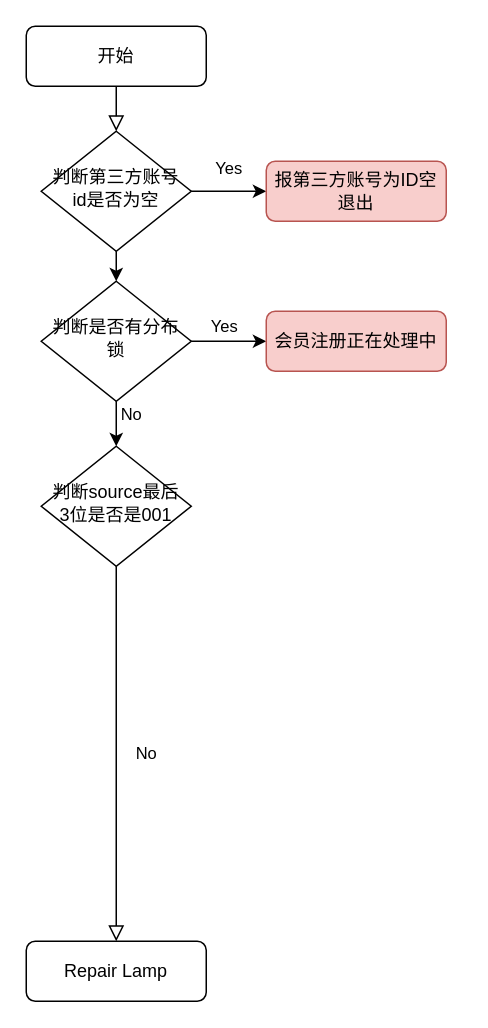
jimlyRin/my-drawio keeps this draw.io diagram as 注册.drawio. Above is the earlier version. Source tidied: cells renumbered, new cells numbered last; positions are measured from the earlier drawing's top-left corner, leaving out a move shared by most shapes. Both pictures are drawn from the tidied source at 150%, with x=0, y=0 at pixel (26, 26).
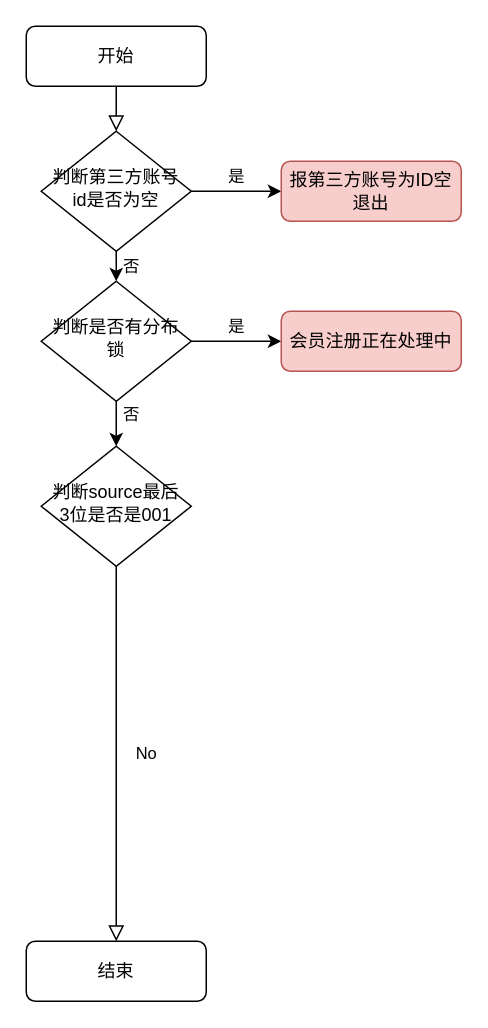
The same diagram, later.

What changed in the source:
```diff
@@
 <mxGraphModel>
   <root>
     <mxCell id="0" />
     <mxCell id="1" parent="0" />
     <mxCell id="2" style="rounded=0;html=1;jettySize=auto;fontSize=11;endArrow=block;endFill=0;endSize=8;strokeWidth=1;shadow=0;labelBackgroundColor=none;edgeStyle=orthogonalEdgeStyle;" parent="1" edge="1" source="3" target="6">
       <mxGeometry relative="1" as="geometry" />
     </mxCell>
     <mxCell id="3" value="开始" style="rounded=1;whiteSpace=wrap;html=1;fontSize=12;glass=0;strokeWidth=1;shadow=0;" parent="1" vertex="1">
       <mxGeometry width="120" height="40" as="geometry" />
     </mxCell>
-    <mxCell id="4" value="Yes" style="edgeStyle=orthogonalEdgeStyle;rounded=0;jettySize=auto;html=1;exitX=1;exitY=0.5;exitDx=0;exitDy=0;entryX=0;entryY=0.5;entryDx=0;entryDy=0;shadow=0;" parent="1" edge="1" source="6" target="7">
-      <mxGeometry y="15" relative="1" as="geometry" />
+    <mxCell id="4" value="是" style="edgeStyle=orthogonalEdgeStyle;rounded=0;jettySize=auto;html=1;exitX=1;exitY=0.5;exitDx=0;exitDy=0;entryX=0;entryY=0.5;entryDx=0;entryDy=0;shadow=0;" parent="1" edge="1" source="6" target="7">
+      <mxGeometry y="10" relative="1" as="geometry" />
     </mxCell>
-    <mxCell id="5" style="edgeStyle=orthogonalEdgeStyle;rounded=0;jettySize=auto;html=1;exitX=0.5;exitY=1;exitDx=0;exitDy=0;entryX=0.5;entryY=0;entryDx=0;entryDy=0;shadow=0;" parent="1" edge="1" source="6" target="14">
-      <mxGeometry relative="1" as="geometry" />
+    <mxCell id="5" value="否" style="edgeStyle=orthogonalEdgeStyle;rounded=0;jettySize=auto;html=1;exitX=0.5;exitY=1;exitDx=0;exitDy=0;entryX=0.5;entryY=0;entryDx=0;entryDy=0;shadow=0;" parent="1" edge="1" source="6" target="14">
+      <mxGeometry y="10" relative="1" as="geometry" />
     </mxCell>
     <mxCell id="6" value="判断第三方账号id是否为空" style="rhombus;whiteSpace=wrap;html=1;shadow=0;fontFamily=Helvetica;fontSize=12;align=center;strokeWidth=1;spacing=6;spacingTop=-4;" parent="1" vertex="1">
       <mxGeometry x="10" y="70" width="100" height="80" as="geometry" />
     </mxCell>
     <mxCell id="7" value="报第三方账号为ID空退出" style="rounded=1;whiteSpace=wrap;html=1;fontSize=12;glass=0;strokeWidth=1;shadow=0;fillColor=#f8cecc;strokeColor=#b85450;" parent="1" vertex="1">
-      <mxGeometry x="160" y="90" width="120" height="40" as="geometry" />
+      <mxGeometry x="170" y="90" width="120" height="40" as="geometry" />
     </mxCell>
     <mxCell id="8" value="No" style="rounded=0;html=1;jettySize=auto;fontSize=11;endArrow=block;endFill=0;endSize=8;strokeWidth=1;shadow=0;labelBackgroundColor=none;edgeStyle=orthogonalEdgeStyle;" parent="1" edge="1" source="10" target="11">
       <mxGeometry y="20" relative="1" as="geometry" />
     </mxCell>
-    <mxCell id="9" value="Yes" style="edgeStyle=orthogonalEdgeStyle;rounded=0;jettySize=auto;html=1;exitX=1;exitY=0.5;exitDx=0;exitDy=0;entryX=0;entryY=0.5;entryDx=0;entryDy=0;shadow=0;" parent="1" edge="1" source="14" target="12">
-      <mxGeometry x="-0.12" y="10" relative="1" as="geometry" />
+    <mxCell id="9" value="是" style="edgeStyle=orthogonalEdgeStyle;rounded=0;jettySize=auto;html=1;exitX=1;exitY=0.5;exitDx=0;exitDy=0;entryX=0;entryY=0.5;entryDx=0;entryDy=0;shadow=0;" parent="1" edge="1" source="14" target="12">
+      <mxGeometry y="10" relative="1" as="geometry" />
     </mxCell>
     <mxCell id="10" value="判断source最后3位是否是001" style="rhombus;whiteSpace=wrap;html=1;shadow=0;fontFamily=Helvetica;fontSize=12;align=center;strokeWidth=1;spacing=6;spacingTop=-4;" parent="1" vertex="1">
       <mxGeometry x="10" y="280" width="100" height="80" as="geometry" />
     </mxCell>
-    <mxCell id="11" value="Repair Lamp" style="rounded=1;whiteSpace=wrap;html=1;fontSize=12;glass=0;strokeWidth=1;shadow=0;" parent="1" vertex="1">
+    <mxCell id="11" value="结束" style="rounded=1;whiteSpace=wrap;html=1;fontSize=12;glass=0;strokeWidth=1;shadow=0;" parent="1" vertex="1">
       <mxGeometry y="610" width="120" height="40" as="geometry" />
     </mxCell>
     <mxCell id="12" value="会员注册正在处理中" style="rounded=1;whiteSpace=wrap;html=1;fontSize=12;glass=0;strokeWidth=1;shadow=0;fillColor=#f8cecc;strokeColor=#b85450;" parent="1" vertex="1">
-      <mxGeometry x="160" y="190" width="120" height="40" as="geometry" />
+      <mxGeometry x="170" y="190" width="120" height="40" as="geometry" />
     </mxCell>
-    <mxCell id="13" value="No" style="edgeStyle=orthogonalEdgeStyle;rounded=0;jettySize=auto;html=1;exitX=0.5;exitY=1;exitDx=0;exitDy=0;shadow=0;" parent="1" edge="1" source="14" target="10">
+    <mxCell id="13" value="否" style="edgeStyle=orthogonalEdgeStyle;rounded=0;jettySize=auto;html=1;exitX=0.5;exitY=1;exitDx=0;exitDy=0;shadow=0;" parent="1" edge="1" source="14" target="10">
       <mxGeometry x="0.2" y="10" relative="1" as="geometry">
         <mxPoint y="-1" as="offset" />
       </mxGeometry>
     </mxCell>
     <mxCell id="14" value="判断是否有分布锁" style="rhombus;whiteSpace=wrap;html=1;shadow=0;fontFamily=Helvetica;fontSize=12;align=center;strokeWidth=1;spacing=6;spacingTop=-4;" parent="1" vertex="1">
       <mxGeometry x="10" y="170" width="100" height="80" as="geometry" />
     </mxCell>
   </root>
 </mxGraphModel>
```
